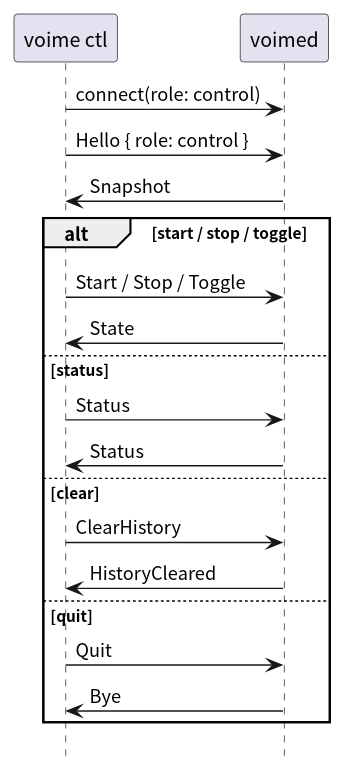
The PlantUML diagram crates/voime/diagram/ctl-flow.svg in 54m43lJ/voime, before a commit. Source of this version:
```plantuml
@startuml
skinparam defaultFontName "Noto Sans CJK SC"
skinparam shadowing false
hide footbox

participant "voime ctl" as Ctl
participant "voimed" as Daemon

Ctl -> Daemon : connect(role: control)
Ctl -> Daemon : Hello { role: control }
Daemon -> Ctl : Snapshot

alt start / stop / toggle
  Ctl -> Daemon : Start / Stop / Toggle
  Daemon -> Ctl : State
else status
  Ctl -> Daemon : Status
  Daemon -> Ctl : Status
else clear
  Ctl -> Daemon : ClearHistory
  Daemon -> Ctl : HistoryCleared
else quit
  Ctl -> Daemon : Quit
  Daemon -> Ctl : Bye
end
@enduml
```
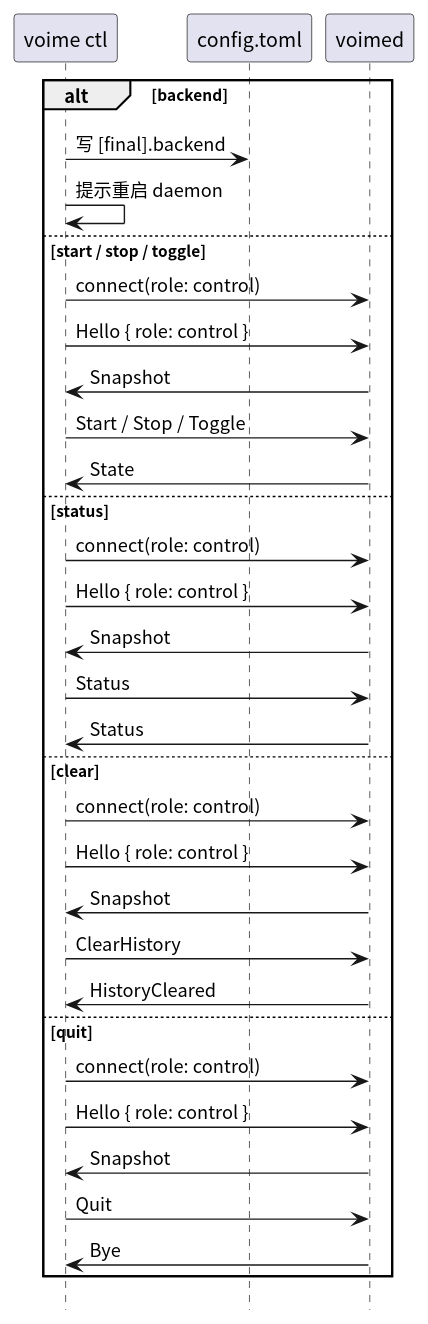
Later version of the same file.

The edit, as a diff of the source:
```diff
@@ -4,22 +4,34 @@
 hide footbox
 
 participant "voime ctl" as Ctl
+participant "config.toml" as Config
 participant "voimed" as Daemon
 
-Ctl -> Daemon : connect(role: control)
-Ctl -> Daemon : Hello { role: control }
-Daemon -> Ctl : Snapshot
-
-alt start / stop / toggle
+alt backend
+  Ctl -> Config : 写 [final].backend
+  Ctl -> Ctl : 提示重启 daemon
+else start / stop / toggle
+  Ctl -> Daemon : connect(role: control)
+  Ctl -> Daemon : Hello { role: control }
+  Daemon -> Ctl : Snapshot
   Ctl -> Daemon : Start / Stop / Toggle
   Daemon -> Ctl : State
 else status
+  Ctl -> Daemon : connect(role: control)
+  Ctl -> Daemon : Hello { role: control }
+  Daemon -> Ctl : Snapshot
   Ctl -> Daemon : Status
   Daemon -> Ctl : Status
 else clear
+  Ctl -> Daemon : connect(role: control)
+  Ctl -> Daemon : Hello { role: control }
+  Daemon -> Ctl : Snapshot
   Ctl -> Daemon : ClearHistory
   Daemon -> Ctl : HistoryCleared
 else quit
+  Ctl -> Daemon : connect(role: control)
+  Ctl -> Daemon : Hello { role: control }
+  Daemon -> Ctl : Snapshot
   Ctl -> Daemon : Quit
   Daemon -> Ctl : Bye
 end
```
